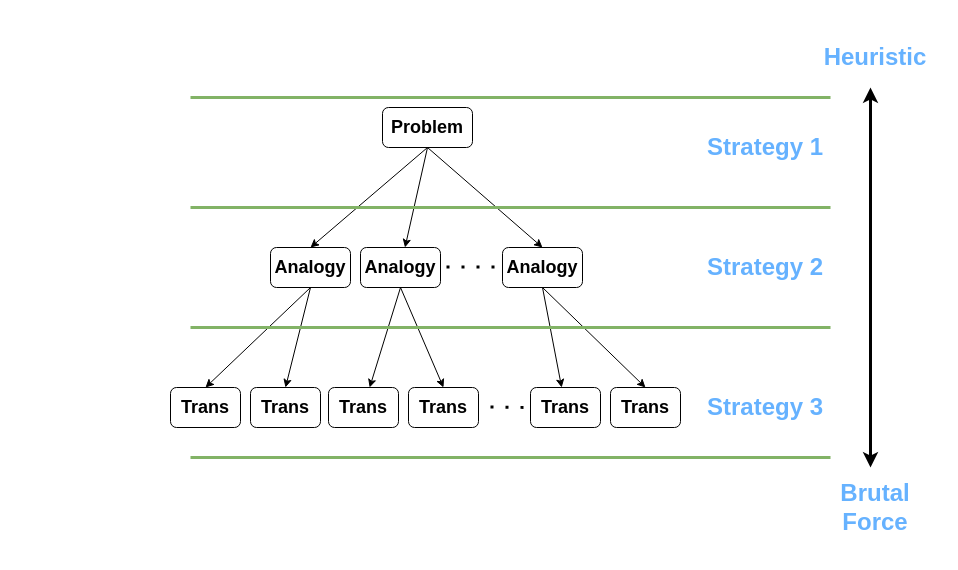
Yang-Yuan/raven-extension keeps this draw.io diagram as pic/pat_tree.drawio. Above is the earlier version. Source tidied: cells renumbered, new cells numbered last; positions are measured from the earlier drawing's top-left corner, leaving out a move shared by most shapes. Both pictures are drawn from the tidied source at 100%, with x=0, y=0 at pixel (170, 37).
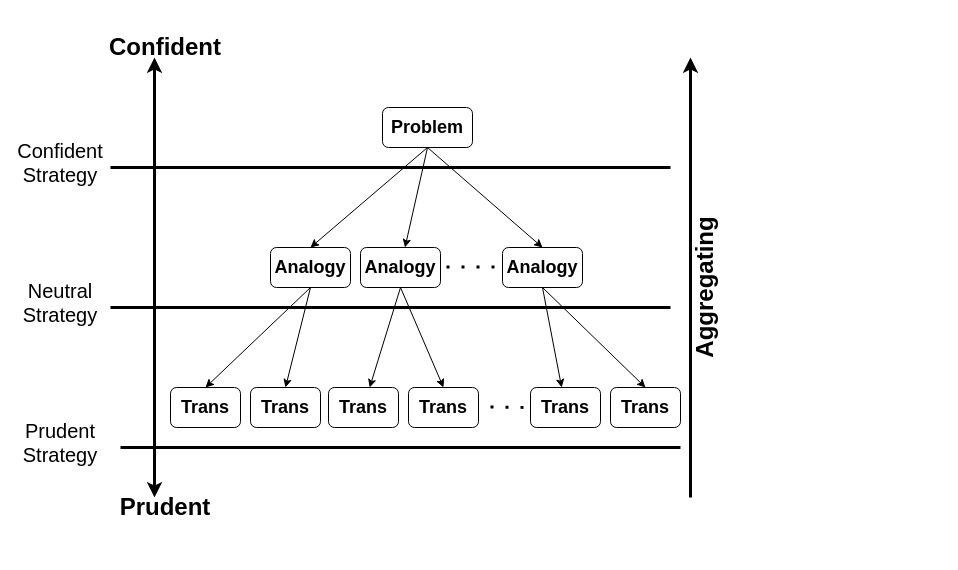
Above is the later version.

Diff of the diagram source:
```diff
@@
-    <mxCell id="23" style="endArrow=none;html=1;strokeWidth=3;fillColor=#d5e8d4;strokeColor=#82b366;" parent="1" edge="1">
-      <mxGeometry relative="1" as="geometry">
-        <mxPoint x="20" y="290" as="sourcePoint" />
-        <mxPoint x="660" y="290" as="targetPoint" />
-      </mxGeometry>
-    </mxCell>
-    <mxCell id="24" style="endArrow=none;html=1;strokeWidth=3;fillColor=#d5e8d4;strokeColor=#82b366;" parent="1" edge="1">
-      <mxGeometry relative="1" as="geometry">
-        <mxPoint x="20" y="420" as="sourcePoint" />
-        <mxPoint x="660" y="420" as="targetPoint" />
-      </mxGeometry>
-    </mxCell>
-    <mxCell id="25" style="endArrow=none;html=1;strokeWidth=3;fillColor=#d5e8d4;strokeColor=#82b366;" parent="1" edge="1">
-      <mxGeometry relative="1" as="geometry">
-        <mxPoint x="20" y="170" as="sourcePoint" />
-        <mxPoint x="660" y="170" as="targetPoint" />
-      </mxGeometry>
-    </mxCell>
-    <mxCell id="26" style="endArrow=none;html=1;strokeWidth=3;fillColor=#d5e8d4;strokeColor=#82b366;" parent="1" edge="1">
-      <mxGeometry relative="1" as="geometry">
-        <mxPoint x="20" y="60" as="sourcePoint" />
-        <mxPoint x="660" y="60" as="targetPoint" />
-      </mxGeometry>
-    </mxCell>
-    <mxCell id="27" value="&lt;h1&gt;&lt;font color=&quot;#66b2ff&quot;&gt;Strategy 1&lt;/font&gt;&lt;/h1&gt;" style="text;html=1;strokeColor=none;fillColor=none;align=center;verticalAlign=middle;whiteSpace=wrap;rounded=0;" parent="1" vertex="1">
-      <mxGeometry x="530" y="90" width="130" height="40" as="geometry" />
-    </mxCell>
-    <mxCell id="28" value="&lt;h1&gt;&lt;font color=&quot;#66b2ff&quot;&gt;Strategy 2&lt;/font&gt;&lt;/h1&gt;" style="text;html=1;strokeColor=none;fillColor=none;align=center;verticalAlign=middle;whiteSpace=wrap;rounded=0;" parent="1" vertex="1">
-      <mxGeometry x="530" y="210" width="130" height="40" as="geometry" />
-    </mxCell>
-    <mxCell id="29" value="&lt;h1&gt;&lt;font color=&quot;#66b2ff&quot;&gt;Strategy 3&lt;/font&gt;&lt;/h1&gt;" style="text;html=1;strokeColor=none;fillColor=none;align=center;verticalAlign=middle;whiteSpace=wrap;rounded=0;" parent="1" vertex="1">
-      <mxGeometry x="530" y="350" width="130" height="40" as="geometry" />
-    </mxCell>
     <mxCell id="30" style="endArrow=classic;startArrow=classic;html=1;strokeWidth=3;" parent="1" edge="1">
       <mxGeometry relative="1" as="geometry">
-        <mxPoint x="700" y="430" as="sourcePoint" />
-        <mxPoint x="700" y="50" as="targetPoint" />
+        <mxPoint x="-16" y="460" as="sourcePoint" />
+        <mxPoint x="-16" y="20" as="targetPoint" />
       </mxGeometry>
     </mxCell>
-    <mxCell id="31" value="&lt;h1&gt;&lt;font color=&quot;#66b2ff&quot;&gt;Brutal Force&lt;/font&gt;&lt;/h1&gt;" style="text;html=1;strokeColor=none;fillColor=none;align=center;verticalAlign=middle;whiteSpace=wrap;rounded=0;" parent="1" vertex="1">
-      <mxGeometry x="640" y="450" width="130" height="40" as="geometry" />
+    <mxCell id="31" value="&lt;h1&gt;Prudent&lt;/h1&gt;" style="text;html=1;strokeColor=none;fillColor=none;align=center;verticalAlign=middle;whiteSpace=wrap;rounded=0;" parent="1" vertex="1">
+      <mxGeometry x="-70" y="450" width="130" height="40" as="geometry" />
     </mxCell>
-    <mxCell id="32" value="&lt;h1&gt;&lt;font color=&quot;#66b2ff&quot;&gt;Heuristic&lt;/font&gt;&lt;/h1&gt;" style="text;html=1;strokeColor=none;fillColor=none;align=center;verticalAlign=middle;whiteSpace=wrap;rounded=0;" parent="1" vertex="1">
-      <mxGeometry x="640" width="130" height="40" as="geometry" />
+    <mxCell id="32" value="&lt;h1&gt;Confident&lt;/h1&gt;" style="text;html=1;strokeColor=none;fillColor=none;align=center;verticalAlign=middle;whiteSpace=wrap;rounded=0;" parent="1" vertex="1">
+      <mxGeometry x="-70" y="-10" width="130" height="40" as="geometry" />
     </mxCell>
+    <mxCell id="33" style="endArrow=none;html=1;strokeWidth=3;" parent="1" edge="1">
+      <mxGeometry relative="1" as="geometry">
+        <mxPoint x="-60" y="130" as="sourcePoint" />
+        <mxPoint x="500" y="130" as="targetPoint" />
+      </mxGeometry>
+    </mxCell>
+    <mxCell id="34" style="endArrow=none;html=1;strokeWidth=3;" parent="1" edge="1">
+      <mxGeometry relative="1" as="geometry">
+        <mxPoint x="-60" y="270" as="sourcePoint" />
+        <mxPoint x="500" y="270" as="targetPoint" />
+      </mxGeometry>
+    </mxCell>
+    <mxCell id="35" style="endArrow=none;html=1;strokeWidth=3;" parent="1" edge="1">
+      <mxGeometry relative="1" as="geometry">
+        <mxPoint x="-50" y="410" as="sourcePoint" />
+        <mxPoint x="510" y="410" as="targetPoint" />
+      </mxGeometry>
+    </mxCell>
+    <mxCell id="36" value="&lt;font style=&quot;font-size: 20px&quot;&gt;Confident&lt;br&gt;Strategy&lt;br&gt;&lt;/font&gt;" style="text;html=1;strokeColor=none;fillColor=none;align=center;verticalAlign=middle;whiteSpace=wrap;rounded=0;" parent="1" vertex="1">
+      <mxGeometry x="-150" y="100" width="80" height="50" as="geometry" />
+    </mxCell>
+    <mxCell id="37" value="&lt;font style=&quot;font-size: 20px&quot;&gt;Neutral&lt;br&gt;Strategy&lt;br&gt;&lt;/font&gt;" style="text;html=1;strokeColor=none;fillColor=none;align=center;verticalAlign=middle;whiteSpace=wrap;rounded=0;" parent="1" vertex="1">
+      <mxGeometry x="-150" y="240" width="80" height="50" as="geometry" />
+    </mxCell>
+    <mxCell id="38" value="&lt;font style=&quot;font-size: 20px&quot;&gt;Prudent&lt;br&gt;Strategy&lt;br&gt;&lt;/font&gt;" style="text;html=1;strokeColor=none;fillColor=none;align=center;verticalAlign=middle;whiteSpace=wrap;rounded=0;" parent="1" vertex="1">
+      <mxGeometry x="-150" y="380" width="80" height="50" as="geometry" />
+    </mxCell>
+    <mxCell id="39" style="endArrow=classic;html=1;strokeWidth=3;" parent="1" edge="1">
+      <mxGeometry relative="1" as="geometry">
+        <mxPoint x="520" y="460" as="sourcePoint" />
+        <mxPoint x="520" y="20" as="targetPoint" />
+      </mxGeometry>
+    </mxCell>
+    <mxCell id="40" value="&lt;h1&gt;Aggregating&lt;/h1&gt;" style="text;html=1;strokeColor=none;fillColor=none;align=center;verticalAlign=middle;whiteSpace=wrap;rounded=0;rotation=-90;" parent="1" vertex="1">
+      <mxGeometry x="470" y="230" width="130" height="40" as="geometry" />
+    </mxCell>
```
